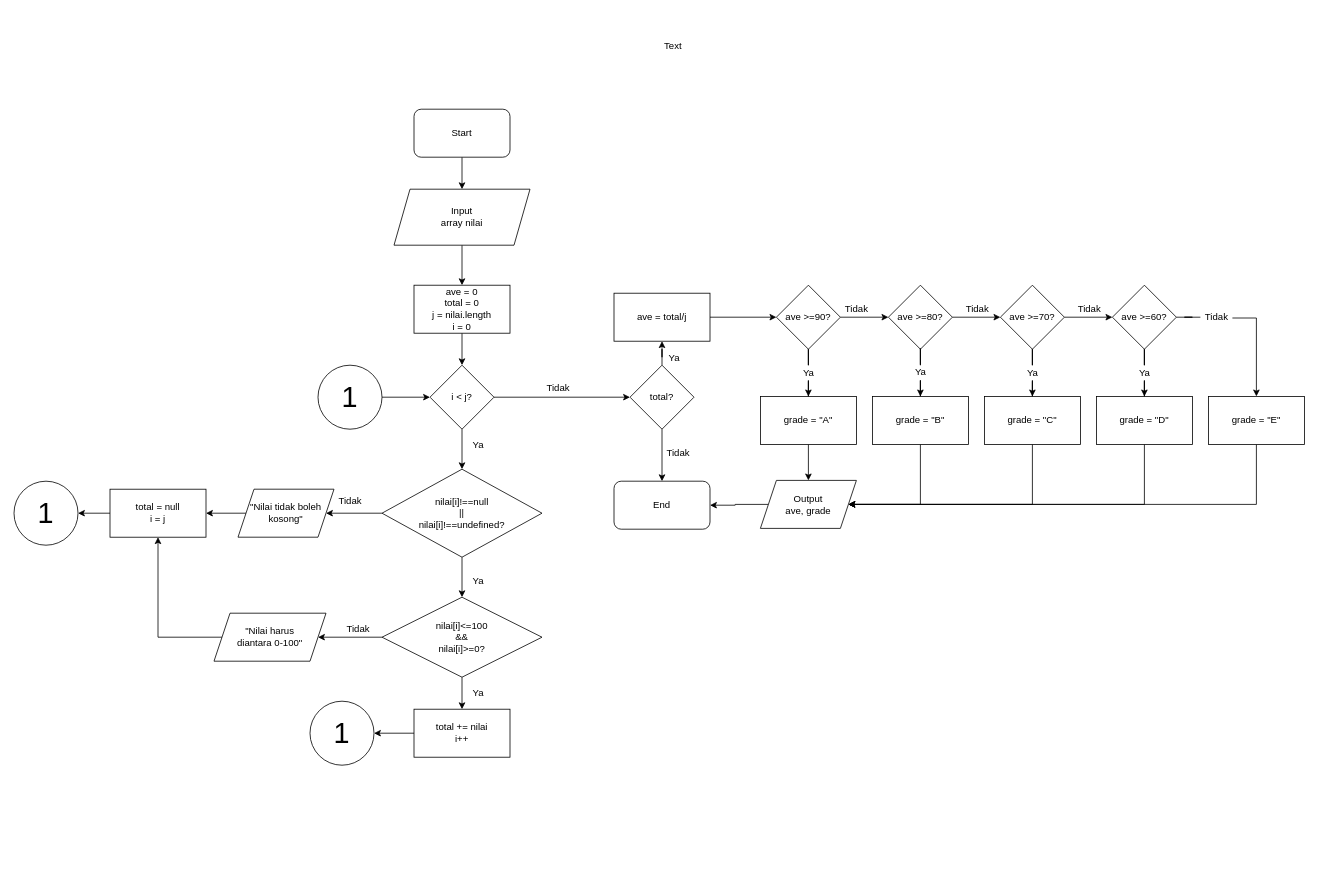
Earlier version of the draw.io diagram un.drawio (juumelisa/fw5-additional-flowchart). Source tidied: cells renumbered, new cells numbered last; positions are measured from the earlier drawing's top-left corner, leaving out a move shared by most shapes. Both pictures are drawn from the tidied source at 80%, with x=0, y=0 at pixel (14, 34).
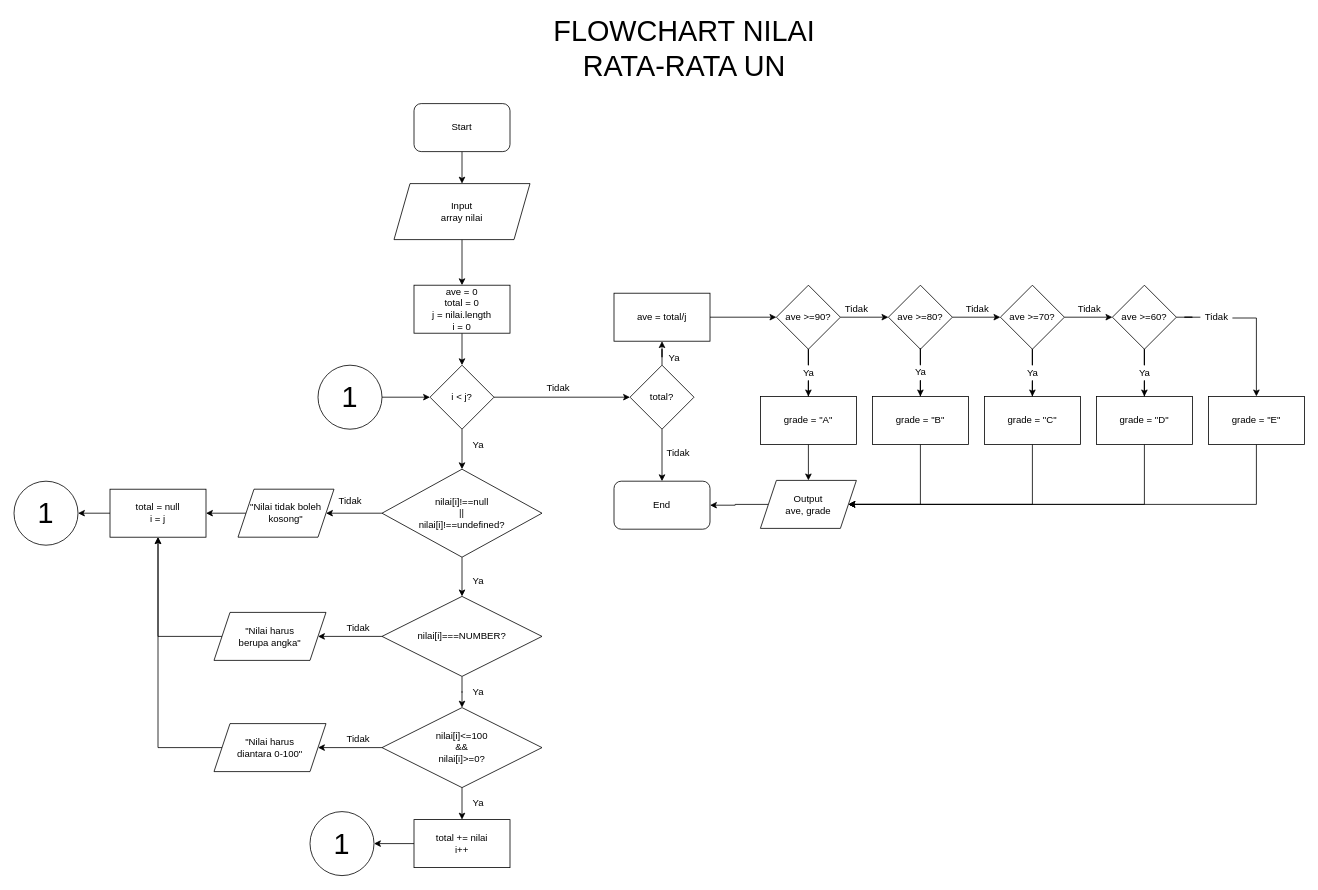
The same page after the edit.

Unchanged cells that the change refers to:
```xml
<mxCell id="13" value="nilai[i]!==null&lt;br&gt;||&lt;br&gt;nilai[i]!==undefined?" style="rhombus;whiteSpace=wrap;html=1;" parent="1" vertex="1">
  <mxGeometry x="460" y="544" width="200" height="110" as="geometry" />
</mxCell>
<mxCell id="34" value="total = null&lt;br&gt;i = j" style="rounded=0;whiteSpace=wrap;html=1;" parent="1" vertex="1">
  <mxGeometry x="120" y="569" width="120" height="60" as="geometry" />
</mxCell>
```

What changed in the source:
```diff
@@
     <mxCell id="3" value="Start" style="rounded=1;whiteSpace=wrap;html=1;" parent="1" vertex="1">
-      <mxGeometry x="500" y="94" width="120" height="60" as="geometry" />
+      <mxGeometry x="500" y="87" width="120" height="60" as="geometry" />
     </mxCell>
@@
     <mxCell id="5" value="Input&lt;br&gt;array nilai" style="shape=parallelogram;perimeter=parallelogramPerimeter;whiteSpace=wrap;html=1;fixedSize=1;" parent="1" vertex="1">
-      <mxGeometry x="475" y="194" width="170" height="70" as="geometry" />
+      <mxGeometry x="475" y="187" width="170" height="70" as="geometry" />
     </mxCell>
@@
-    <mxCell id="11" style="edgeStyle=orthogonalEdgeStyle;rounded=0;jettySize=auto;html=1;fontSize=12;" parent="1" edge="1" source="13" target="16">
-      <mxGeometry relative="1" as="geometry" />
-    </mxCell>
@@
+    <mxCell id="81" style="edgeStyle=orthogonalEdgeStyle;rounded=0;jettySize=auto;html=1;fontSize=36;" parent="1" edge="1" source="13" target="84">
+      <mxGeometry relative="1" as="geometry" />
+    </mxCell>
@@
     <mxCell id="16" value="nilai[i]&amp;lt;=100&lt;br&gt;&amp;amp;&amp;amp;&lt;br&gt;nilai[i]&amp;gt;=0?" style="rhombus;whiteSpace=wrap;html=1;" parent="1" vertex="1">
-      <mxGeometry x="460" y="704" width="200" height="100" as="geometry" />
+      <mxGeometry x="460" y="842" width="200" height="100" as="geometry" />
     </mxCell>
@@
     <mxCell id="18" value="total += nilai&lt;br&gt;i++" style="rounded=0;whiteSpace=wrap;html=1;" parent="1" vertex="1">
-      <mxGeometry x="500" y="844" width="120" height="60" as="geometry" />
+      <mxGeometry x="500" y="982" width="120" height="60" as="geometry" />
     </mxCell>
@@
     <mxCell id="44" value="&quot;Nilai harus&lt;br&gt;diantara 0-100&quot;" style="shape=parallelogram;perimeter=parallelogramPerimeter;whiteSpace=wrap;html=1;fixedSize=1;fontSize=12;" parent="1" vertex="1">
-      <mxGeometry x="250" y="724" width="140" height="60" as="geometry" />
+      <mxGeometry x="250" y="862" width="140" height="60" as="geometry" />
     </mxCell>
@@
     <mxCell id="49" value="Ya" style="text;html=1;align=center;verticalAlign=middle;strokeColor=none;fillColor=none;fontSize=12;" parent="1" vertex="1">
-      <mxGeometry x="565" y="814" width="30" height="20" as="geometry" />
+      <mxGeometry x="565" y="952" width="30" height="20" as="geometry" />
     </mxCell>
     <mxCell id="50" value="Tidak" style="text;html=1;align=center;verticalAlign=middle;strokeColor=none;fillColor=none;fontSize=12;" parent="1" vertex="1">
-      <mxGeometry x="410" y="734" width="40" height="20" as="geometry" />
+      <mxGeometry x="410" y="872" width="40" height="20" as="geometry" />
     </mxCell>
     <mxCell id="51" value="&lt;font style=&quot;font-size: 36px&quot;&gt;1&lt;/font&gt;" style="ellipse;whiteSpace=wrap;html=1;" parent="1" vertex="1">
-      <mxGeometry x="370" y="834" width="80" height="80" as="geometry" />
+      <mxGeometry x="370" y="972" width="80" height="80" as="geometry" />
     </mxCell>
@@
-    <mxCell id="77" value="Text" style="text;html=1;strokeColor=none;fillColor=none;align=center;verticalAlign=middle;whiteSpace=wrap;rounded=0;fontSize=12;" parent="1" vertex="1">
-      <mxGeometry x="794" width="60" height="30" as="geometry" />
+    <mxCell id="77" value="&lt;font style=&quot;font-size: 36px&quot;&gt;FLOWCHART NILAI RATA-RATA UN&lt;/font&gt;" style="text;html=1;strokeColor=none;fillColor=none;align=center;verticalAlign=middle;whiteSpace=wrap;rounded=0;fontSize=12;" parent="1" vertex="1">
+      <mxGeometry x="643" y="3" width="390" height="30" as="geometry" />
     </mxCell>
@@
+    <mxCell id="82" style="edgeStyle=orthogonalEdgeStyle;rounded=0;jettySize=auto;html=1;fontSize=12;" parent="1" edge="1" source="84" target="86">
+      <mxGeometry relative="1" as="geometry" />
+    </mxCell>
+    <mxCell id="83" style="edgeStyle=orthogonalEdgeStyle;rounded=0;jettySize=auto;html=1;fontSize=36;" parent="1" edge="1" source="84" target="16">
+      <mxGeometry relative="1" as="geometry" />
+    </mxCell>
+    <mxCell id="84" value="nilai[i]===NUMBER?" style="rhombus;whiteSpace=wrap;html=1;" parent="1" vertex="1">
+      <mxGeometry x="460" y="703" width="200" height="100" as="geometry" />
+    </mxCell>
+    <mxCell id="85" style="edgeStyle=orthogonalEdgeStyle;rounded=0;jettySize=auto;html=1;entryX=0.5;entryY=1;entryDx=0;entryDy=0;fontSize=36;" parent="1" edge="1" source="86" target="34">
+      <mxGeometry relative="1" as="geometry" />
+    </mxCell>
+    <mxCell id="86" value="&quot;Nilai harus&lt;br&gt;berupa angka&quot;" style="shape=parallelogram;perimeter=parallelogramPerimeter;whiteSpace=wrap;html=1;fixedSize=1;fontSize=12;" parent="1" vertex="1">
+      <mxGeometry x="250" y="723" width="140" height="60" as="geometry" />
+    </mxCell>
+    <mxCell id="87" value="Tidak" style="text;html=1;align=center;verticalAlign=middle;strokeColor=none;fillColor=none;fontSize=12;" parent="1" vertex="1">
+      <mxGeometry x="410" y="733" width="40" height="20" as="geometry" />
+    </mxCell>
+    <mxCell id="88" value="Ya" style="text;html=1;align=center;verticalAlign=middle;strokeColor=none;fillColor=none;fontSize=12;" parent="1" vertex="1">
+      <mxGeometry x="565" y="813" width="30" height="20" as="geometry" />
+    </mxCell>
```
